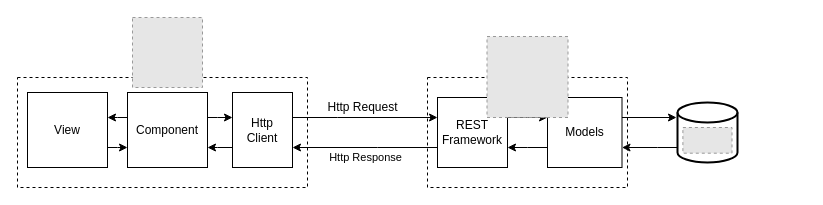
miguelfrutuoso/smart-delivery keeps this draw.io diagram as page "Página-1" (1 of 10) of Diagrams.drawio. Above is the earlier version. Source tidied: cells renumbered, new cells numbered last; positions are measured from the earlier drawing's top-left corner, leaving out a move shared by most shapes. Both pictures are drawn from the tidied source at 100%, with x=0, y=0 at pixel (17, 17). Pictures stored in the file or linked from it are replaced by grey dashed boxes.
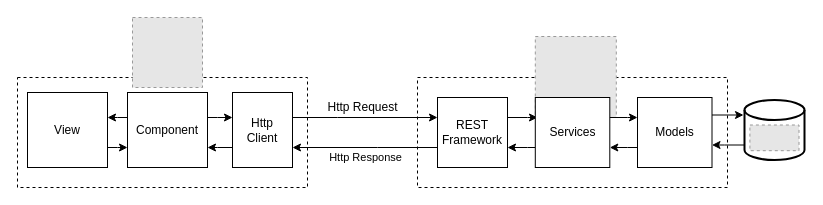
The same diagram, later.

The change refers to these unchanged cells:
```xml
<mxCell id="7" style="strokeWidth=2;html=1;shape=mxgraph.flowchart.database;whiteSpace=wrap;" parent="6" vertex="1">
  <mxGeometry width="60" height="60" as="geometry" />
</mxCell>
<mxCell id="15" value="REST&lt;br&gt;Framework" style="rounded=0;whiteSpace=wrap;html=1;" parent="1" vertex="1">
  <mxGeometry x="420" y="80" width="70" height="70" as="geometry" />
</mxCell>
```

Diff of the diagram source:
```diff
@@
     <mxCell id="5" style="rounded=0;whiteSpace=wrap;html=1;dashed=1;" parent="1" vertex="1">
-      <mxGeometry x="410" y="60" width="200" height="110" as="geometry" />
+      <mxGeometry x="400" y="60" width="310" height="110" as="geometry" />
     </mxCell>
     <mxCell id="6" style="group;" parent="1" vertex="1">
-      <mxGeometry x="660" y="85" width="60" height="60" as="geometry" />
+      <mxGeometry x="727" y="82.5" width="60" height="60" as="geometry" />
     </mxCell>
@@
-    <mxCell id="14" style="edgeStyle=orthogonalEdgeStyle;rounded=0;jettySize=auto;html=1;" parent="1" edge="1" source="15" target="18">
+    <mxCell id="14" style="edgeStyle=orthogonalEdgeStyle;rounded=0;jettySize=auto;html=1;" parent="1" edge="1" source="15">
       <mxGeometry relative="1" as="geometry">
+        <mxPoint x="520" y="100" as="targetPoint" />
         <Array as="points">
           <mxPoint x="510" y="100" />
           <mxPoint x="510" y="100" />
         </Array>
       </mxGeometry>
     </mxCell>
@@
-    <mxCell id="16" style="edgeStyle=orthogonalEdgeStyle;rounded=0;jettySize=auto;html=1;" parent="1" edge="1" source="18" target="15">
-      <mxGeometry relative="1" as="geometry">
-        <Array as="points">
-          <mxPoint x="510" y="130" />
-          <mxPoint x="510" y="130" />
-        </Array>
-      </mxGeometry>
-    </mxCell>
     <mxCell id="17" style="edgeStyle=orthogonalEdgeStyle;rounded=0;jettySize=auto;html=1;" parent="1" edge="1" source="18">
       <mxGeometry relative="1" as="geometry">
-        <mxPoint x="659" y="100" as="targetPoint" />
+        <mxPoint x="726" y="97.5" as="targetPoint" />
         <Array as="points">
-          <mxPoint x="659" y="100" />
+          <mxPoint x="726" y="97.5" />
         </Array>
       </mxGeometry>
     </mxCell>
+    <mxCell id="26" style="edgeStyle=orthogonalEdgeStyle;rounded=0;jettySize=auto;html=1;" parent="1" edge="1" source="18" target="29">
+      <mxGeometry relative="1" as="geometry">
+        <Array as="points">
+          <mxPoint x="610" y="130" />
+          <mxPoint x="610" y="130" />
+        </Array>
+      </mxGeometry>
+    </mxCell>
     <mxCell id="18" value="Models" style="rounded=0;whiteSpace=wrap;html=1;" parent="1" vertex="1">
-      <mxGeometry x="530" y="80" width="74.5" height="70" as="geometry" />
+      <mxGeometry x="620" y="80" width="74.5" height="70" as="geometry" />
     </mxCell>
     <mxCell id="19" style="fillColor=#E6E6E6;strokeColor=#999999;dashed=1;verticalLabelPosition=bottom;labelBackgroundColor=#ffffff;verticalAlign=top;" parent="1" vertex="1">
-      <mxGeometry x="469.5" y="19" width="81" height="81" as="geometry" />
+      <mxGeometry x="517.8" y="19" width="81" height="81" as="geometry" />
     </mxCell>
     <mxCell id="20" style="edgeStyle=orthogonalEdgeStyle;rounded=0;jettySize=auto;html=1;" parent="1" edge="1" source="7" target="18">
       <mxGeometry relative="1" as="geometry">
         <Array as="points">
-          <mxPoint x="640" y="130" />
-          <mxPoint x="640" y="130" />
+          <mxPoint x="707" y="127.5" />
+          <mxPoint x="707" y="127.5" />
         </Array>
       </mxGeometry>
     </mxCell>
@@
+    <mxCell id="27" style="edgeStyle=orthogonalEdgeStyle;rounded=0;jettySize=auto;html=1;" parent="1" edge="1" source="29" target="15">
+      <mxGeometry relative="1" as="geometry">
+        <Array as="points">
+          <mxPoint x="510" y="130" />
+          <mxPoint x="510" y="130" />
+        </Array>
+      </mxGeometry>
+    </mxCell>
+    <mxCell id="28" style="edgeStyle=orthogonalEdgeStyle;rounded=0;jettySize=auto;html=1;" parent="1" edge="1" source="29" target="18">
+      <mxGeometry relative="1" as="geometry">
+        <Array as="points">
+          <mxPoint x="610" y="100" />
+          <mxPoint x="610" y="100" />
+        </Array>
+      </mxGeometry>
+    </mxCell>
+    <mxCell id="29" value="Services" style="rounded=0;whiteSpace=wrap;html=1;" parent="1" vertex="1">
+      <mxGeometry x="517.8" y="80" width="74.5" height="70" as="geometry" />
+    </mxCell>
```
